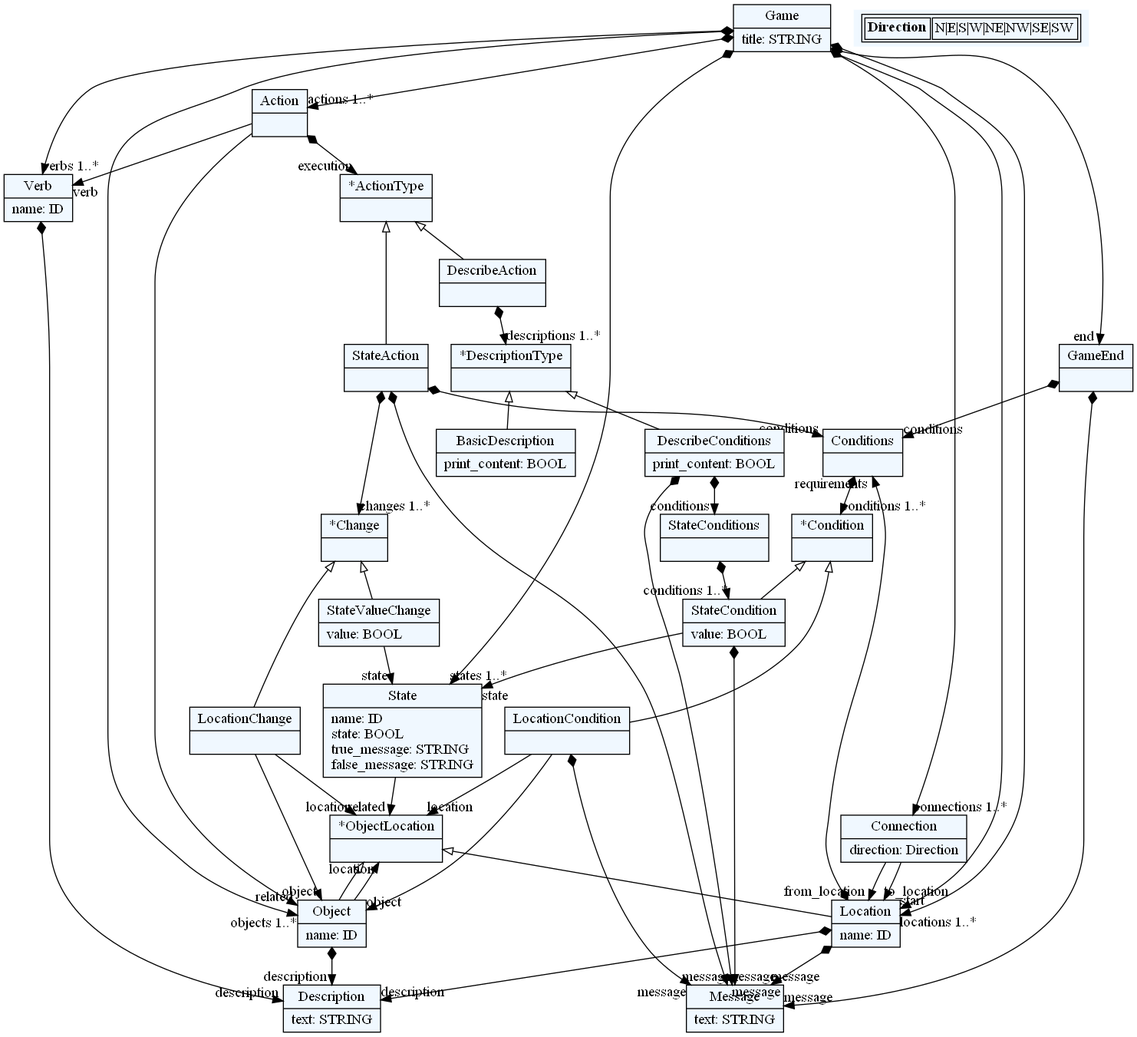
Before: dotexport/grammar.png, a diagram exported from Graphviz (AleksaIvkovic/WhatIf). Its source is kept beside it as dotexport/grammar.dot.
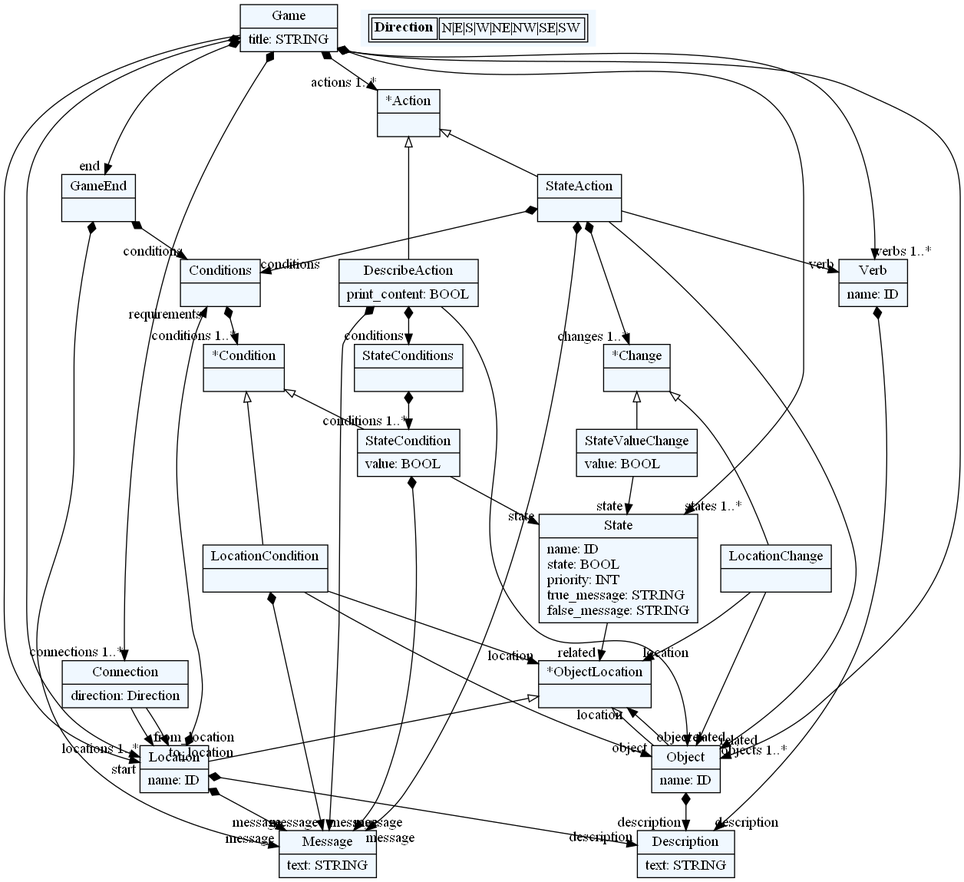
After the commit.

What changed in the source:
```diff
@@ -10,106 +10,95 @@
     edge[dir=black,arrowtail=empty]
 
 
-2012577472848[ label="{Game|title: STRING\l}"]
+1377779468512[ label="{Game|title: STRING\l}"]
 
-2012577493616[ label="{GameEnd|}"]
+1377779479840[ label="{GameEnd|}"]
 
-2012577485120[ label="{Verb|name: ID\l}"]
+1377779462848[ label="{Verb|name: ID\l}"]
 
-2012577474736[ label="{Location|name: ID\l}"]
+1377779449632[ label="{Location|name: ID\l}"]
 
-2012577490784[ label="{Conditions|}"]
+1377779484560[ label="{Conditions|}"]
 
-2012577497392[ label="{StateConditions|}"]
+1377779488336[ label="{StateConditions|}"]
 
-2012577500224[ label="{*Condition|}"]
+1377779491168[ label="{*Condition|}"]
 
-2012577504944[ label="{StateCondition|value: BOOL\l}"]
+1377779493056[ label="{StateCondition|value: BOOL\l}"]
 
-2012577511552[ label="{LocationCondition|}"]
+1377779494000[ label="{LocationCondition|}"]
 
-2012577514384[ label="{*ObjectLocation|}"]
+1377779498720[ label="{*ObjectLocation|}"]
 
-2012577513440[ label="{Connection|direction: Direction\l}"]
+1377779501552[ label="{Connection|direction: Direction\l}"]
 
-2012577463408[ label="{Object|name: ID\l}"]
+1377779474176[ label="{Object|name: ID\l}"]
 
-2012577516272[ label="{State|name: ID\lstate: BOOL\ltrue_message: STRING\lfalse_message: STRING\l}"]
+1377779504384[ label="{State|name: ID\lstate: BOOL\lpriority: INT\ltrue_message: STRING\lfalse_message: STRING\l}"]
 
-2012577515328[ label="{*Change|}"]
+1377809852160[ label="{*Change|}"]
 
-2012577496448[ label="{StateValueChange|value: BOOL\l}"]
+1377809849328[ label="{StateValueChange|value: BOOL\l}"]
 
-2012577510608[ label="{LocationChange|}"]
+1377809854992[ label="{LocationChange|}"]
 
-2012607807456[ label="{Action|}"]
+1377809839888[ label="{*Action|}"]
 
-2012607808400[ label="{*ActionType|}"]
+1377809854048[ label="{StateAction|}"]
 
-2012607799904[ label="{StateAction|}"]
+1377809857824[ label="{DescribeAction|print_content: BOOL\l}"]
 
-2012607802736[ label="{DescribeAction|}"]
+1377809860656[ label="{Description|text: STRING\l}"]
 
-2012607810288[ label="{*DescriptionType|}"]
-
-2012607820672[ label="{BasicDescription|print_content: BOOL\l}"]
-
-2012607803680[ label="{DescribeConditions|print_content: BOOL\l}"]
-
-2012607806512[ label="{Description|text: STRING\l}"]
-
-2012607813120[ label="{Message|text: STRING\l}"]
+1377809861600[ label="{Message|text: STRING\l}"]
 
 
 
-2012577472848 -> 2012577474736[headlabel="start "]
-2012577472848 -> 2012577493616[arrowtail=diamond, dir=both, headlabel="end "]
-2012577472848 -> 2012577474736[arrowtail=diamond, dir=both, headlabel="locations 1..*"]
-2012577472848 -> 2012577513440[arrowtail=diamond, dir=both, headlabel="connections 1..*"]
-2012577472848 -> 2012577463408[arrowtail=diamond, dir=both, headlabel="objects 1..*"]
-2012577472848 -> 2012577516272[arrowtail=diamond, dir=both, headlabel="states 1..*"]
-2012577472848 -> 2012607807456[arrowtail=diamond, dir=both, headlabel="actions 1..*"]
-2012577472848 -> 2012577485120[arrowtail=diamond, dir=both, headlabel="verbs 1..*"]
-2012577493616 -> 2012577490784[arrowtail=diamond, dir=both, headlabel="conditions "]
-2012577493616 -> 2012607813120[arrowtail=diamond, dir=both, headlabel="message "]
-2012577485120 -> 2012607806512[arrowtail=diamond, dir=both, headlabel="description "]
-2012577474736 -> 2012607806512[arrowtail=diamond, dir=both, headlabel="description "]
-2012577474736 -> 2012577490784[arrowtail=diamond, dir=both, headlabel="requirements "]
-2012577474736 -> 2012607813120[arrowtail=diamond, dir=both, headlabel="message "]
-2012577490784 -> 2012577500224[arrowtail=diamond, dir=both, headlabel="conditions 1..*"]
-2012577497392 -> 2012577504944[arrowtail=diamond, dir=both, headlabel="conditions 1..*"]
-2012577500224 -> 2012577504944 [dir=back]
-2012577500224 -> 2012577511552 [dir=back]
-2012577504944 -> 2012577516272[headlabel="state "]
-2012577504944 -> 2012607813120[arrowtail=diamond, dir=both, headlabel="message "]
-2012577511552 -> 2012577463408[headlabel="object "]
-2012577511552 -> 2012577514384[headlabel="location "]
-2012577511552 -> 2012607813120[arrowtail=diamond, dir=both, headlabel="message "]
-2012577514384 -> 2012577474736 [dir=back]
-2012577514384 -> 2012577463408 [dir=back]
-2012577513440 -> 2012577474736[headlabel="from_location "]
-2012577513440 -> 2012577474736[headlabel="to_location "]
-2012577463408 -> 2012607806512[arrowtail=diamond, dir=both, headlabel="description "]
-2012577463408 -> 2012577514384[headlabel="location "]
-2012577516272 -> 2012577514384[headlabel="related "]
-2012577515328 -> 2012577496448 [dir=back]
-2012577515328 -> 2012577510608 [dir=back]
-2012577496448 -> 2012577516272[headlabel="state "]
-2012577510608 -> 2012577463408[headlabel="object "]
-2012577510608 -> 2012577514384[headlabel="location "]
-2012607807456 -> 2012577485120[headlabel="verb "]
-2012607807456 -> 2012577463408[headlabel="related "]
-2012607807456 -> 2012607808400[arrowtail=diamond, dir=both, headlabel="execution "]
-2012607808400 -> 2012607799904 [dir=back]
-2012607808400 -> 2012607802736 [dir=back]
-2012607799904 -> 2012577490784[arrowtail=diamond, dir=both, headlabel="conditions "]
-2012607799904 -> 2012577515328[arrowtail=diamond, dir=both, headlabel="changes 1..*"]
-2012607799904 -> 2012607813120[arrowtail=diamond, dir=both, headlabel="message "]
-2012607802736 -> 2012607810288[arrowtail=diamond, dir=both, headlabel="descriptions 1..*"]
-2012607810288 -> 2012607820672 [dir=back]
-2012607810288 -> 2012607803680 [dir=back]
-2012607803680 -> 2012577497392[arrowtail=diamond, dir=both, headlabel="conditions "]
-2012607803680 -> 2012607813120[arrowtail=diamond, dir=both, headlabel="message "]
+1377779468512 -> 1377779449632[headlabel="start "]
+1377779468512 -> 1377779479840[arrowtail=diamond, dir=both, headlabel="end "]
+1377779468512 -> 1377779449632[arrowtail=diamond, dir=both, headlabel="locations 1..*"]
+1377779468512 -> 1377779501552[arrowtail=diamond, dir=both, headlabel="connections 1..*"]
+1377779468512 -> 1377779474176[arrowtail=diamond, dir=both, headlabel="objects 1..*"]
+1377779468512 -> 1377779504384[arrowtail=diamond, dir=both, headlabel="states 1..*"]
+1377779468512 -> 1377809839888[arrowtail=diamond, dir=both, headlabel="actions 1..*"]
+1377779468512 -> 1377779462848[arrowtail=diamond, dir=both, headlabel="verbs 1..*"]
+1377779479840 -> 1377779484560[arrowtail=diamond, dir=both, headlabel="conditions "]
+1377779479840 -> 1377809861600[arrowtail=diamond, dir=both, headlabel="message "]
+1377779462848 -> 1377809860656[arrowtail=diamond, dir=both, headlabel="description "]
+1377779449632 -> 1377809860656[arrowtail=diamond, dir=both, headlabel="description "]
+1377779449632 -> 1377779484560[arrowtail=diamond, dir=both, headlabel="requirements "]
+1377779449632 -> 1377809861600[arrowtail=diamond, dir=both, headlabel="message "]
+1377779484560 -> 1377779491168[arrowtail=diamond, dir=both, headlabel="conditions 1..*"]
+1377779488336 -> 1377779493056[arrowtail=diamond, dir=both, headlabel="conditions 1..*"]
+1377779491168 -> 1377779493056 [dir=back]
+1377779491168 -> 1377779494000 [dir=back]
+1377779493056 -> 1377779504384[headlabel="state "]
+1377779493056 -> 1377809861600[arrowtail=diamond, dir=both, headlabel="message "]
+1377779494000 -> 1377779474176[headlabel="object "]
+1377779494000 -> 1377779498720[headlabel="location "]
+1377779494000 -> 1377809861600[arrowtail=diamond, dir=both, headlabel="message "]
+1377779498720 -> 1377779449632 [dir=back]
+1377779498720 -> 1377779474176 [dir=back]
+1377779501552 -> 1377779449632[headlabel="from_location "]
+1377779501552 -> 1377779449632[headlabel="to_location "]
+1377779474176 -> 1377809860656[arrowtail=diamond, dir=both, headlabel="description "]
+1377779474176 -> 1377779498720[headlabel="location "]
+1377779504384 -> 1377779498720[headlabel="related "]
+1377809852160 -> 1377809849328 [dir=back]
+1377809852160 -> 1377809854992 [dir=back]
+1377809849328 -> 1377779504384[headlabel="state "]
+1377809854992 -> 1377779474176[headlabel="object "]
+1377809854992 -> 1377779498720[headlabel="location "]
+1377809839888 -> 1377809854048 [dir=back]
+1377809839888 -> 1377809857824 [dir=back]
+1377809854048 -> 1377779462848[headlabel="verb "]
+1377809854048 -> 1377779474176[headlabel="related "]
+1377809854048 -> 1377779484560[arrowtail=diamond, dir=both, headlabel="conditions "]
+1377809854048 -> 1377809852160[arrowtail=diamond, dir=both, headlabel="changes 1..*"]
+1377809854048 -> 1377809861600[arrowtail=diamond, dir=both, headlabel="message "]
+1377809857824 -> 1377779474176[headlabel="related "]
+1377809857824 -> 1377779488336[arrowtail=diamond, dir=both, headlabel="conditions "]
+1377809857824 -> 1377809861600[arrowtail=diamond, dir=both, headlabel="message "]
 match_rules [ shape=plaintext, label=< <table>
 	<tr>
 		<td><b>Direction</b></td><td>N|E|S|W|NE|NW|SE|SW</td>
```
